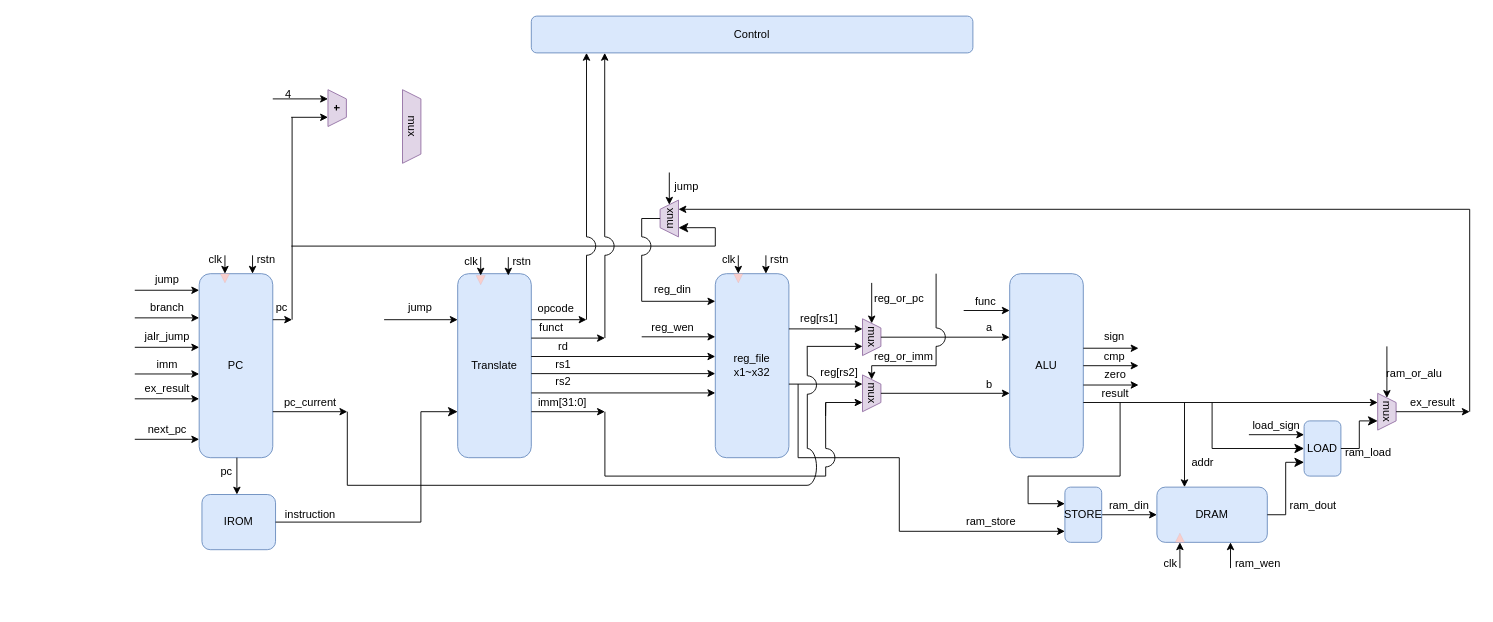
Earlier version of the draw.io diagram 1_riscv/riscv.drawio (youmiwei/drawio). Source tidied: cells renumbered, new cells numbered last; positions are measured from the earlier drawing's top-left corner, leaving out a move shared by most shapes. Both pictures are drawn from the tidied source at 92%, with x=0, y=0 at pixel (134, 16).
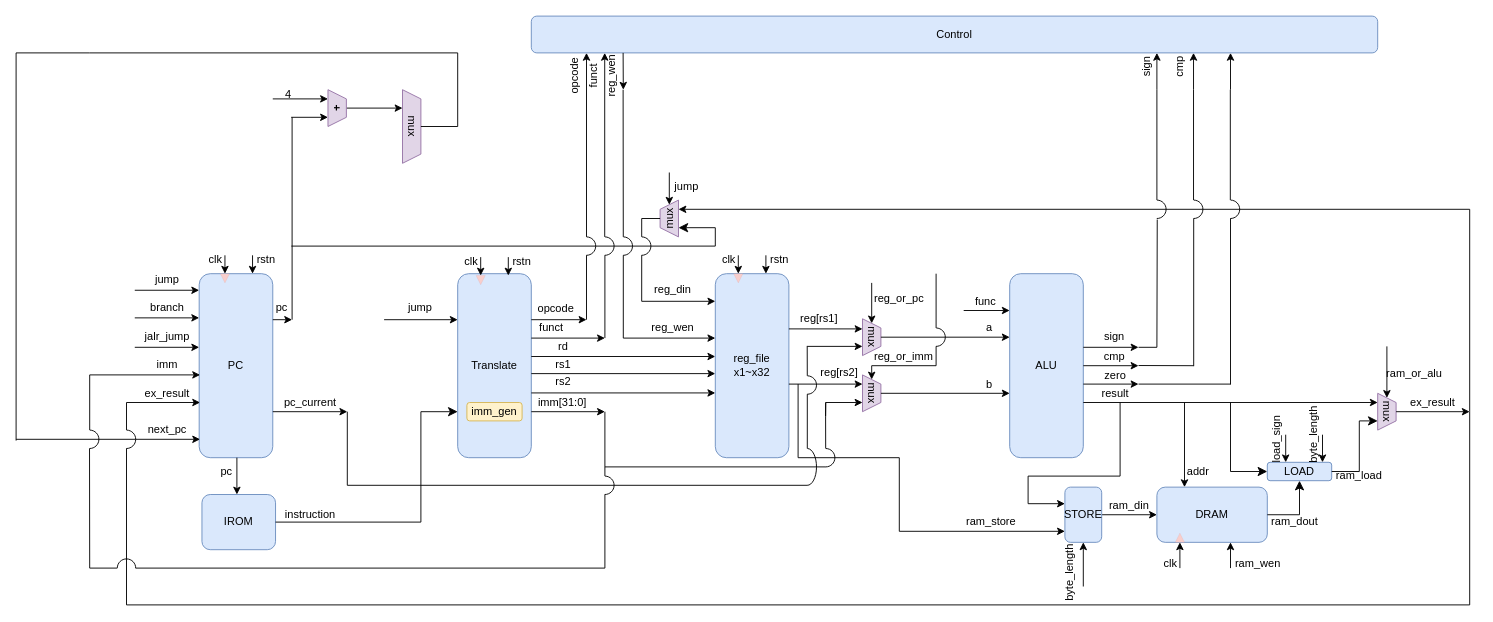
The same diagram, later.

The change refers to these unchanged cells:
```xml
<mxCell id="72" style="verticalLabelPosition=bottom;verticalAlign=top;html=1;shape=mxgraph.basic.arc;startAngle=0.0032476092441872753;endAngle=0.5018946122032574;" parent="1" vertex="1">
  <mxGeometry x="741" y="470" width="20" height="20" as="geometry" />
</mxCell>
<mxCell id="77" value="&lt;div align=&quot;center&quot;&gt;&lt;div&gt;&lt;b&gt;+&lt;/b&gt;&lt;/div&gt;&lt;/div&gt;" style="shape=trapezoid;perimeter=trapezoidPerimeter;whiteSpace=wrap;html=1;fixedSize=1;size=10;rotation=90;fillColor=#e1d5e7;strokeColor=#9673a6;align=center;" parent="1" vertex="1">
  <mxGeometry x="200" y="90" width="40" height="20" as="geometry" />
</mxCell>
<mxCell id="82" value="mux" style="shape=trapezoid;perimeter=trapezoidPerimeter;whiteSpace=wrap;html=1;fixedSize=1;size=10;rotation=90;fillColor=#e1d5e7;strokeColor=#9673a6;align=center;" parent="1" vertex="1">
  <mxGeometry x="261" y="110" width="80" height="20" as="geometry" />
</mxCell>
<mxCell id="106" value="DRAM" style="rounded=1;whiteSpace=wrap;html=1;fillColor=#dae8fc;strokeColor=#6c8ebf;" parent="1" vertex="1">
  <mxGeometry x="1111" y="512" width="120" height="60" as="geometry" />
</mxCell>
<mxCell id="127" value="STORE" style="rounded=1;whiteSpace=wrap;html=1;fillColor=#dae8fc;strokeColor=#6c8ebf;" parent="1" vertex="1">
  <mxGeometry x="1011" y="512" width="40" height="60" as="geometry" />
</mxCell>
```

The edit, as a diff of the source:
```diff
@@
     <mxCell id="3" style="endArrow=classic;html=1;rounded=0;entryX=0;entryY=0.5;entryDx=0;entryDy=0;" parent="1" edge="1">
       <mxGeometry relative="1" as="geometry">
-        <mxPoint y="460" as="sourcePoint" />
-        <mxPoint x="70" y="460" as="targetPoint" />
+        <mxPoint x="1" y="460" as="sourcePoint" />
+        <mxPoint x="71" y="460" as="targetPoint" />
       </mxGeometry>
     </mxCell>
@@
     <mxCell id="5" style="endArrow=classic;html=1;rounded=0;entryX=0;entryY=0.5;entryDx=0;entryDy=0;" parent="1" edge="1">
       <mxGeometry relative="1" as="geometry">
-        <mxPoint y="416" as="sourcePoint" />
-        <mxPoint x="70" y="416" as="targetPoint" />
+        <mxPoint x="-9" y="420" as="sourcePoint" />
+        <mxPoint x="71" y="420" as="targetPoint" />
       </mxGeometry>
     </mxCell>
     <mxCell id="6" value="ex_result" style="text;html=1;align=center;verticalAlign=middle;whiteSpace=wrap;rounded=0;" parent="1" vertex="1">
-      <mxGeometry x="10" y="400" width="51" height="10" as="geometry" />
+      <mxGeometry x="10" y="405" width="51" height="10" as="geometry" />
     </mxCell>
     <mxCell id="7" style="endArrow=classic;html=1;rounded=0;entryX=0;entryY=0.5;entryDx=0;entryDy=0;" parent="1" edge="1">
       <mxGeometry relative="1" as="geometry">
-        <mxPoint y="389" as="sourcePoint" />
-        <mxPoint x="70" y="389" as="targetPoint" />
+        <mxPoint x="-49" y="390" as="sourcePoint" />
+        <mxPoint x="71" y="390" as="targetPoint" />
       </mxGeometry>
     </mxCell>
@@
     <mxCell id="52" style="endArrow=classic;html=1;rounded=0;entryX=0;entryY=0.25;entryDx=0;entryDy=0;" parent="1" edge="1">
       <mxGeometry relative="1" as="geometry">
-        <mxPoint x="551" y="348.6" as="sourcePoint" />
-        <mxPoint x="631" y="348.6" as="targetPoint" />
+        <mxPoint x="531" y="350" as="sourcePoint" />
+        <mxPoint x="631" y="350" as="targetPoint" />
       </mxGeometry>
     </mxCell>
@@
     <mxCell id="69" style="endArrow=none;html=1;rounded=0;" parent="1" edge="1">
       <mxGeometry relative="1" as="geometry">
-        <mxPoint x="511" y="500" as="sourcePoint" />
+        <mxPoint x="511" y="490" as="sourcePoint" />
         <mxPoint x="511" y="430" as="targetPoint" />
       </mxGeometry>
     </mxCell>
     <mxCell id="70" style="endArrow=none;html=1;rounded=0;" parent="1" edge="1">
       <mxGeometry relative="1" as="geometry">
-        <mxPoint x="511" y="500" as="sourcePoint" />
-        <mxPoint x="751" y="500" as="targetPoint" />
+        <mxPoint x="511" y="490" as="sourcePoint" />
+        <mxPoint x="751" y="490" as="targetPoint" />
       </mxGeometry>
     </mxCell>
@@
-    <mxCell id="73" style="endArrow=none;html=1;rounded=0;" parent="1" edge="1" target="72">
-      <mxGeometry relative="1" as="geometry">
-        <mxPoint x="751" y="500" as="sourcePoint" />
-      </mxGeometry>
-    </mxCell>
@@
+    <mxCell id="161" style="edgeStyle=orthogonalEdgeStyle;rounded=0;jettySize=auto;html=1;entryX=0.25;entryY=1;entryDx=0;entryDy=0;" parent="1" edge="1" source="77" target="82">
+      <mxGeometry relative="1" as="geometry" />
+    </mxCell>
@@
     <mxCell id="98" style="endArrow=classic;html=1;rounded=0;" parent="1" edge="1">
       <mxGeometry relative="1" as="geometry">
-        <mxPoint x="1031" y="361" as="sourcePoint" />
-        <mxPoint x="1091" y="361" as="targetPoint" />
+        <mxPoint x="1031" y="360" as="sourcePoint" />
+        <mxPoint x="1091" y="360" as="targetPoint" />
       </mxGeometry>
     </mxCell>
@@
     <mxCell id="100" style="endArrow=classic;html=1;rounded=0;" parent="1" edge="1">
       <mxGeometry relative="1" as="geometry">
-        <mxPoint x="1031" y="401" as="sourcePoint" />
-        <mxPoint x="1091" y="401" as="targetPoint" />
+        <mxPoint x="1031" y="400" as="sourcePoint" />
+        <mxPoint x="1091" y="400" as="targetPoint" />
       </mxGeometry>
     </mxCell>
@@
     <mxCell id="104" value="zero" style="text;html=1;align=center;verticalAlign=middle;whiteSpace=wrap;rounded=0;" parent="1" vertex="1">
-      <mxGeometry x="1036" y="385" width="60" height="10" as="geometry" />
+      <mxGeometry x="1036" y="386" width="60" height="10" as="geometry" />
     </mxCell>
@@
-    <mxCell id="110" value="LOAD" style="rounded=1;whiteSpace=wrap;html=1;fillColor=#dae8fc;strokeColor=#6c8ebf;" parent="1" vertex="1">
-      <mxGeometry x="1271" y="440" width="40" height="60" as="geometry" />
+    <mxCell id="110" value="&lt;div&gt;LOAD&lt;/div&gt;" style="rounded=1;whiteSpace=wrap;html=1;fillColor=#dae8fc;strokeColor=#6c8ebf;" parent="1" vertex="1">
+      <mxGeometry x="1231" y="485" width="70" height="20" as="geometry" />
     </mxCell>
@@
     <mxCell id="112" value="addr" style="text;html=1;align=center;verticalAlign=middle;whiteSpace=wrap;rounded=0;" parent="1" vertex="1">
-      <mxGeometry x="1131" y="480" width="60" height="10" as="geometry" />
+      <mxGeometry x="1141" y="490" width="30" height="10" as="geometry" />
     </mxCell>
-    <mxCell id="113" style="edgeStyle=elbowEdgeStyle;elbow=horizontal;endArrow=classic;html=1;curved=0;rounded=0;endSize=8;startSize=8;exitX=1;exitY=0.5;exitDx=0;exitDy=0;entryX=0;entryY=0.75;entryDx=0;entryDy=0;" parent="1" edge="1" source="106" target="110">
-      <mxGeometry relative="1" as="geometry" />
-    </mxCell>
     <mxCell id="114" value="ram_dout" style="text;html=1;align=center;verticalAlign=middle;whiteSpace=wrap;rounded=0;" parent="1" vertex="1">
-      <mxGeometry x="1251" y="527" width="60" height="10" as="geometry" />
+      <mxGeometry x="1231" y="545" width="60" height="10" as="geometry" />
     </mxCell>
-    <mxCell id="115" style="edgeStyle=elbowEdgeStyle;elbow=horizontal;endArrow=classic;html=1;curved=0;rounded=0;endSize=8;startSize=8;entryX=0;entryY=0.5;entryDx=0;entryDy=0;" parent="1" edge="1" target="110">
-      <mxGeometry relative="1" as="geometry">
-        <mxPoint x="1171" y="420" as="sourcePoint" />
-        <Array as="points">
-          <mxPoint x="1171" y="440" />
-        </Array>
-      </mxGeometry>
-    </mxCell>
-    <mxCell id="116" style="endArrow=classic;html=1;rounded=0;entryX=0;entryY=0.25;entryDx=0;entryDy=0;" parent="1" edge="1" target="110">
+    <mxCell id="116" style="endArrow=classic;html=1;rounded=0;" parent="1" edge="1">
       <mxGeometry relative="1" as="geometry">
-        <mxPoint x="1211" y="455" as="sourcePoint" />
+        <mxPoint x="1251" y="455" as="sourcePoint" />
+        <mxPoint x="1251" y="485" as="targetPoint" />
       </mxGeometry>
     </mxCell>
-    <mxCell id="117" value="load_sign" style="text;html=1;align=center;verticalAlign=middle;whiteSpace=wrap;rounded=0;" parent="1" vertex="1">
-      <mxGeometry x="1211" y="440" width="60" height="10" as="geometry" />
+    <mxCell id="117" value="load_sign" style="text;html=1;align=center;verticalAlign=middle;whiteSpace=wrap;rounded=0;rotation=-90;" parent="1" vertex="1">
+      <mxGeometry x="1211" y="455" width="60" height="10" as="geometry" />
     </mxCell>
     <mxCell id="118" style="edgeStyle=elbowEdgeStyle;elbow=horizontal;endArrow=classic;html=1;curved=0;rounded=0;endSize=8;startSize=8;exitX=1;exitY=0.5;exitDx=0;exitDy=0;entryX=0;entryY=0.75;entryDx=0;entryDy=0;" parent="1" edge="1" source="110">
       <mxGeometry relative="1" as="geometry">
         <mxPoint x="1351" y="440" as="targetPoint" />
+        <Array as="points">
+          <mxPoint x="1331" y="480" />
+        </Array>
       </mxGeometry>
     </mxCell>
     <mxCell id="119" value="ram_load" style="text;html=1;align=center;verticalAlign=middle;whiteSpace=wrap;rounded=0;" parent="1" vertex="1">
-      <mxGeometry x="1311" y="470" width="60" height="10" as="geometry" />
+      <mxGeometry x="1301" y="495" width="60" height="10" as="geometry" />
     </mxCell>
@@
     <mxCell id="154" value="Control" style="rounded=1;whiteSpace=wrap;html=1;fillColor=#dae8fc;strokeColor=#6c8ebf;" parent="1" vertex="1">
-      <mxGeometry x="431" width="480" height="40" as="geometry" />
+      <mxGeometry x="431" width="920" height="40" as="geometry" />
     </mxCell>
@@
+    <mxCell id="162" style="endArrow=none;html=1;rounded=0;exitX=0.5;exitY=0;exitDx=0;exitDy=0;" parent="1" edge="1" source="82">
+      <mxGeometry relative="1" as="geometry">
+        <mxPoint x="351" y="120" as="targetPoint" />
+      </mxGeometry>
+    </mxCell>
+    <mxCell id="163" style="endArrow=none;html=1;rounded=0;" parent="1" edge="1">
+      <mxGeometry relative="1" as="geometry">
+        <mxPoint x="351" y="120" as="sourcePoint" />
+        <mxPoint x="351" y="40" as="targetPoint" />
+      </mxGeometry>
+    </mxCell>
+    <mxCell id="164" style="endArrow=none;html=1;rounded=0;" parent="1" edge="1">
+      <mxGeometry relative="1" as="geometry">
+        <mxPoint x="-49" y="40" as="sourcePoint" />
+        <mxPoint x="351" y="40" as="targetPoint" />
+      </mxGeometry>
+    </mxCell>
+    <mxCell id="165" style="endArrow=none;html=1;rounded=0;" parent="1" edge="1">
+      <mxGeometry relative="1" as="geometry">
+        <mxPoint x="-129" y="40" as="sourcePoint" />
+        <mxPoint x="-49" y="40" as="targetPoint" />
+      </mxGeometry>
+    </mxCell>
+    <mxCell id="166" style="endArrow=none;html=1;rounded=0;" parent="1" edge="1">
+      <mxGeometry relative="1" as="geometry">
+        <mxPoint x="-129" y="461.4" as="sourcePoint" />
+        <mxPoint x="-129" y="40" as="targetPoint" />
+      </mxGeometry>
+    </mxCell>
+    <mxCell id="167" style="endArrow=none;html=1;rounded=0;" parent="1" edge="1">
+      <mxGeometry relative="1" as="geometry">
+        <mxPoint x="-129" y="460" as="sourcePoint" />
+        <mxPoint x="1" y="460" as="targetPoint" />
+      </mxGeometry>
+    </mxCell>
+    <mxCell id="168" style="verticalLabelPosition=bottom;verticalAlign=top;html=1;shape=mxgraph.basic.arc;startAngle=0.0032476092441872753;endAngle=0.5018946122032574;" parent="1" vertex="1">
+      <mxGeometry x="-19" y="450" width="20" height="20" as="geometry" />
+    </mxCell>
+    <mxCell id="169" style="endArrow=none;html=1;rounded=0;" parent="1" edge="1" source="168">
+      <mxGeometry relative="1" as="geometry">
+        <mxPoint x="-9" y="420" as="targetPoint" />
+      </mxGeometry>
+    </mxCell>
+    <mxCell id="170" style="endArrow=none;html=1;rounded=0;" parent="1" edge="1" target="168">
+      <mxGeometry relative="1" as="geometry">
+        <mxPoint x="-9" y="640" as="sourcePoint" />
+      </mxGeometry>
+    </mxCell>
+    <mxCell id="171" style="endArrow=none;html=1;rounded=0;" parent="1" edge="1">
+      <mxGeometry relative="1" as="geometry">
+        <mxPoint x="-9" y="640" as="sourcePoint" />
+        <mxPoint x="1451" y="640" as="targetPoint" />
+      </mxGeometry>
+    </mxCell>
+    <mxCell id="172" style="endArrow=none;html=1;rounded=0;" parent="1" edge="1">
+      <mxGeometry relative="1" as="geometry">
+        <mxPoint x="1451" y="640" as="sourcePoint" />
+        <mxPoint x="1451" y="430" as="targetPoint" />
+      </mxGeometry>
+    </mxCell>
+    <mxCell id="173" style="verticalLabelPosition=bottom;verticalAlign=top;html=1;shape=mxgraph.basic.arc;startAngle=0.0032476092441872753;endAngle=0.5018946122032574;" parent="1" vertex="1">
+      <mxGeometry x="501" y="500" width="20" height="20" as="geometry" />
+    </mxCell>
+    <mxCell id="174" style="endArrow=none;html=1;rounded=0;" parent="1" edge="1" source="173">
+      <mxGeometry relative="1" as="geometry">
+        <mxPoint x="511" y="490" as="targetPoint" />
+      </mxGeometry>
+    </mxCell>
+    <mxCell id="175" style="endArrow=none;html=1;rounded=0;" parent="1" edge="1" source="176">
+      <mxGeometry relative="1" as="geometry">
+        <mxPoint x="-49" y="390" as="targetPoint" />
+      </mxGeometry>
+    </mxCell>
+    <mxCell id="176" style="verticalLabelPosition=bottom;verticalAlign=top;html=1;shape=mxgraph.basic.arc;startAngle=0.0032476092441872753;endAngle=0.5018946122032574;" parent="1" vertex="1">
+      <mxGeometry x="-59" y="450" width="20" height="20" as="geometry" />
+    </mxCell>
+    <mxCell id="177" style="endArrow=none;html=1;rounded=0;" parent="1" edge="1">
+      <mxGeometry relative="1" as="geometry">
+        <mxPoint x="-49" y="600" as="sourcePoint" />
+        <mxPoint x="-49.2" y="470" as="targetPoint" />
+      </mxGeometry>
+    </mxCell>
+    <mxCell id="178" style="verticalLabelPosition=bottom;verticalAlign=top;html=1;shape=mxgraph.basic.arc;startAngle=0.0032476092441872753;endAngle=0.5018946122032574;rotation=-90;" parent="1" vertex="1">
+      <mxGeometry x="-19" y="590" width="20" height="20" as="geometry" />
+    </mxCell>
+    <mxCell id="179" style="endArrow=none;html=1;rounded=0;" parent="1" edge="1" target="178">
+      <mxGeometry relative="1" as="geometry">
+        <mxPoint x="-49" y="600" as="sourcePoint" />
+      </mxGeometry>
+    </mxCell>
+    <mxCell id="180" style="endArrow=none;html=1;rounded=0;" parent="1" edge="1">
+      <mxGeometry relative="1" as="geometry">
+        <mxPoint x="1" y="600" as="sourcePoint" />
+        <mxPoint x="511" y="600" as="targetPoint" />
+      </mxGeometry>
+    </mxCell>
+    <mxCell id="181" style="endArrow=none;html=1;rounded=0;" parent="1" edge="1" target="173">
+      <mxGeometry relative="1" as="geometry">
+        <mxPoint x="511" y="600" as="sourcePoint" />
+      </mxGeometry>
+    </mxCell>
+    <mxCell id="182" style="endArrow=none;html=1;rounded=0;" parent="1" edge="1" target="183">
+      <mxGeometry relative="1" as="geometry">
+        <mxPoint x="531" y="350" as="sourcePoint" />
+      </mxGeometry>
+    </mxCell>
+    <mxCell id="183" style="verticalLabelPosition=bottom;verticalAlign=top;html=1;shape=mxgraph.basic.arc;startAngle=0.0032476092441872753;endAngle=0.5018946122032574;" parent="1" vertex="1">
+      <mxGeometry x="521" y="240" width="20" height="20" as="geometry" />
+    </mxCell>
+    <mxCell id="184" style="endArrow=classic;html=1;rounded=0;" parent="1" edge="1">
+      <mxGeometry relative="1" as="geometry">
+        <mxPoint x="530.8" y="40" as="sourcePoint" />
+        <mxPoint x="531" y="80" as="targetPoint" />
+      </mxGeometry>
+    </mxCell>
+    <mxCell id="185" style="endArrow=none;html=1;rounded=0;" parent="1" edge="1" source="183">
+      <mxGeometry relative="1" as="geometry">
+        <mxPoint x="530.8" y="80" as="targetPoint" />
+      </mxGeometry>
+    </mxCell>
+    <mxCell id="186" value="opcode" style="text;html=1;align=center;verticalAlign=middle;whiteSpace=wrap;rounded=0;rotation=-90;" parent="1" vertex="1">
+      <mxGeometry x="455" y="60" width="46" height="10" as="geometry" />
+    </mxCell>
+    <mxCell id="187" value="funct" style="text;html=1;align=center;verticalAlign=middle;whiteSpace=wrap;rounded=0;rotation=-90;" parent="1" vertex="1">
+      <mxGeometry x="481" y="60" width="36" height="10" as="geometry" />
+    </mxCell>
+    <mxCell id="188" value="reg_wen" style="text;html=1;align=center;verticalAlign=middle;whiteSpace=wrap;rounded=0;rotation=-90;" parent="1" vertex="1">
+      <mxGeometry x="489" y="60" width="60" height="10" as="geometry" />
+    </mxCell>
+    <mxCell id="189" value="imm_gen" style="rounded=1;whiteSpace=wrap;html=1;fillColor=#fff2cc;strokeColor=#d6b656;" parent="1" vertex="1">
+      <mxGeometry x="361" y="420" width="60" height="20" as="geometry" />
+    </mxCell>
+    <mxCell id="113" style="edgeStyle=segmentEdgeStyle;endArrow=classic;html=1;curved=0;rounded=0;endSize=8;startSize=8;exitX=1;exitY=0.5;exitDx=0;exitDy=0;entryX=0.5;entryY=1;entryDx=0;entryDy=0;" parent="1" edge="1" source="106" target="110">
+      <mxGeometry relative="1" as="geometry" />
+    </mxCell>
+    <mxCell id="190" style="endArrow=classic;html=1;rounded=0;" parent="1" edge="1">
+      <mxGeometry relative="1" as="geometry">
+        <mxPoint x="1291" y="455" as="sourcePoint" />
+        <mxPoint x="1291" y="485" as="targetPoint" />
+      </mxGeometry>
+    </mxCell>
+    <mxCell id="191" value="byte_length" style="text;html=1;align=center;verticalAlign=middle;whiteSpace=wrap;rounded=0;rotation=-90;" parent="1" vertex="1">
+      <mxGeometry x="1246" y="450" width="70" height="10" as="geometry" />
+    </mxCell>
+    <mxCell id="192" style="edgeStyle=elbowEdgeStyle;elbow=horizontal;endArrow=classic;html=1;curved=0;rounded=0;endSize=8;startSize=8;entryX=0;entryY=0.5;entryDx=0;entryDy=0;" parent="1" edge="1" target="110">
+      <mxGeometry relative="1" as="geometry">
+        <mxPoint x="1191" y="420" as="sourcePoint" />
+        <Array as="points">
+          <mxPoint x="1191" y="460" />
+        </Array>
+      </mxGeometry>
+    </mxCell>
+    <mxCell id="193" style="endArrow=classic;html=1;rounded=0;entryX=0.5;entryY=1;entryDx=0;entryDy=0;" parent="1" edge="1" target="127">
+      <mxGeometry relative="1" as="geometry">
+        <mxPoint x="1031" y="620" as="sourcePoint" />
+      </mxGeometry>
+    </mxCell>
+    <mxCell id="194" value="byte_length" style="text;html=1;align=center;verticalAlign=middle;whiteSpace=wrap;rounded=0;rotation=-90;" parent="1" vertex="1">
+      <mxGeometry x="981" y="600" width="70" height="10" as="geometry" />
+    </mxCell>
+    <mxCell id="195" style="endArrow=none;html=1;rounded=0;" parent="1" edge="1">
+      <mxGeometry relative="1" as="geometry">
+        <mxPoint x="1091" y="360" as="sourcePoint" />
+        <mxPoint x="1111" y="360" as="targetPoint" />
+      </mxGeometry>
+    </mxCell>
+    <mxCell id="196" style="endArrow=none;html=1;rounded=0;entryX=0.519;entryY=1.057;entryDx=0;entryDy=0;entryPerimeter=0;" parent="1" edge="1" target="197">
+      <mxGeometry relative="1" as="geometry">
+        <mxPoint x="1111" y="360" as="sourcePoint" />
+      </mxGeometry>
+    </mxCell>
+    <mxCell id="197" style="verticalLabelPosition=bottom;verticalAlign=top;html=1;shape=mxgraph.basic.arc;startAngle=0.0032476092441872753;endAngle=0.5018946122032574;" parent="1" vertex="1">
+      <mxGeometry x="1101" y="200" width="20" height="20" as="geometry" />
+    </mxCell>
+    <mxCell id="198" style="endArrow=none;html=1;rounded=0;" parent="1" edge="1" source="197">
+      <mxGeometry relative="1" as="geometry">
+        <mxPoint x="1111" y="80" as="targetPoint" />
+      </mxGeometry>
+    </mxCell>
+    <mxCell id="199" style="endArrow=classic;html=1;rounded=0;" parent="1" edge="1">
+      <mxGeometry relative="1" as="geometry">
+        <mxPoint x="1111" y="80" as="sourcePoint" />
+        <mxPoint x="1111" y="40" as="targetPoint" />
+      </mxGeometry>
+    </mxCell>
+    <mxCell id="200" value="sign" style="text;html=1;align=center;verticalAlign=middle;whiteSpace=wrap;rounded=0;rotation=-90;" parent="1" vertex="1">
+      <mxGeometry x="1090" y="50" width="21" height="10" as="geometry" />
+    </mxCell>
+    <mxCell id="201" style="endArrow=none;html=1;rounded=0;" parent="1" edge="1">
+      <mxGeometry relative="1" as="geometry">
+        <mxPoint x="1091" y="379.8" as="sourcePoint" />
+        <mxPoint x="1151" y="380" as="targetPoint" />
+      </mxGeometry>
+    </mxCell>
+    <mxCell id="202" style="endArrow=none;html=1;rounded=0;entryX=0.5;entryY=1;entryDx=0;entryDy=0;entryPerimeter=0;" parent="1" edge="1" target="203">
+      <mxGeometry relative="1" as="geometry">
+        <mxPoint x="1151" y="380.5" as="sourcePoint" />
+      </mxGeometry>
+    </mxCell>
+    <mxCell id="203" style="verticalLabelPosition=bottom;verticalAlign=top;html=1;shape=mxgraph.basic.arc;startAngle=0.0032476092441872753;endAngle=0.5018946122032574;" parent="1" vertex="1">
+      <mxGeometry x="1141" y="200" width="20" height="20" as="geometry" />
+    </mxCell>
+    <mxCell id="204" style="endArrow=none;html=1;rounded=0;" parent="1" edge="1">
+      <mxGeometry relative="1" as="geometry">
+        <mxPoint x="1150.8" y="200" as="sourcePoint" />
+        <mxPoint x="1150.8" y="80" as="targetPoint" />
+      </mxGeometry>
+    </mxCell>
+    <mxCell id="205" style="endArrow=classic;html=1;rounded=0;" parent="1" edge="1">
+      <mxGeometry relative="1" as="geometry">
+        <mxPoint x="1150.8" y="80" as="sourcePoint" />
+        <mxPoint x="1150.8" y="40" as="targetPoint" />
+      </mxGeometry>
+    </mxCell>
+    <mxCell id="206" value="cmp" style="text;html=1;align=center;verticalAlign=middle;whiteSpace=wrap;rounded=0;rotation=-90;" parent="1" vertex="1">
+      <mxGeometry x="1121" y="50" width="30" height="10" as="geometry" />
+    </mxCell>
+    <mxCell id="207" style="endArrow=none;html=1;rounded=0;" parent="1" edge="1">
+      <mxGeometry relative="1" as="geometry">
+        <mxPoint x="1091" y="400" as="sourcePoint" />
+        <mxPoint x="1191" y="400" as="targetPoint" />
+      </mxGeometry>
+    </mxCell>
+    <mxCell id="208" style="endArrow=none;html=1;rounded=0;entryX=0.5;entryY=1;entryDx=0;entryDy=0;entryPerimeter=0;" parent="1" edge="1" target="209">
+      <mxGeometry relative="1" as="geometry">
+        <mxPoint x="1191" y="400.5" as="sourcePoint" />
+      </mxGeometry>
+    </mxCell>
+    <mxCell id="209" style="verticalLabelPosition=bottom;verticalAlign=top;html=1;shape=mxgraph.basic.arc;startAngle=0.0032476092441872753;endAngle=0.5018946122032574;" parent="1" vertex="1">
+      <mxGeometry x="1181" y="200" width="20" height="20" as="geometry" />
+    </mxCell>
+    <mxCell id="210" style="endArrow=none;html=1;rounded=0;" parent="1" edge="1">
+      <mxGeometry relative="1" as="geometry">
+        <mxPoint x="1190.8" y="200" as="sourcePoint" />
+        <mxPoint x="1190.8" y="80" as="targetPoint" />
+      </mxGeometry>
+    </mxCell>
+    <mxCell id="211" style="endArrow=classic;html=1;rounded=0;" parent="1" edge="1">
+      <mxGeometry relative="1" as="geometry">
+        <mxPoint x="1191" y="80" as="sourcePoint" />
+        <mxPoint x="1191" y="40" as="targetPoint" />
+      </mxGeometry>
+    </mxCell>
```
